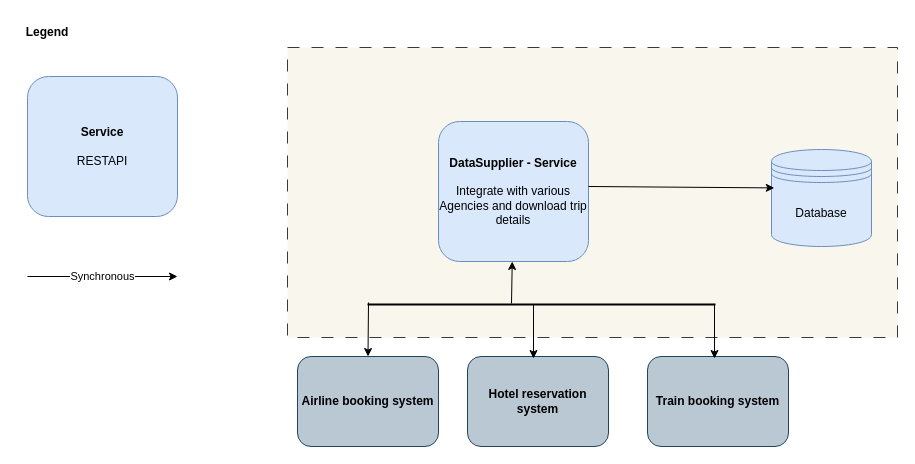
The draw.io diagram diagrams/raw/2.data-supplier.drawio in Orry/CloudeneersArchKata2023, before the edit. Source tidied: cells renumbered, new cells numbered last; positions are measured from the earlier drawing's top-left corner, leaving out a move shared by most shapes. Both pictures are drawn from the tidied source at 100%, with x=0, y=0 at pixel (17, 17).
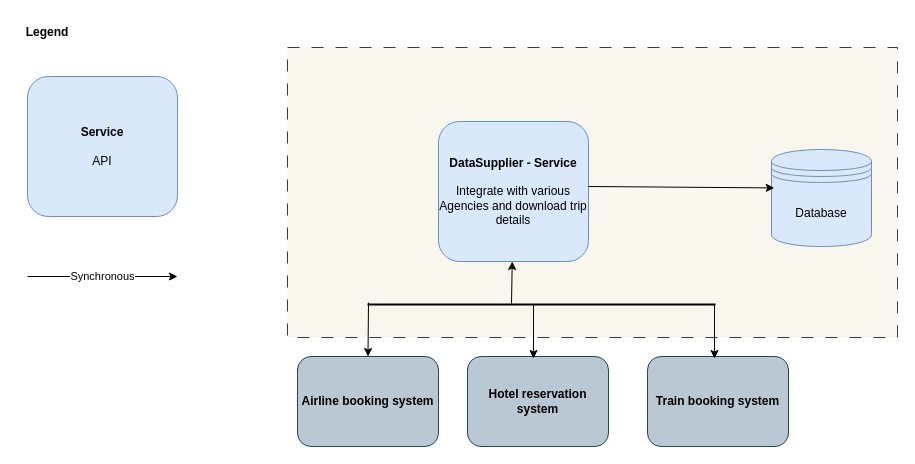
Above is the later version.

Change to the diagram source:
```diff
@@
-    <mxCell id="14" value="&lt;b&gt;Service&lt;/b&gt;&lt;br&gt;&lt;br&gt;RESTAPI" style="rounded=1;whiteSpace=wrap;html=1;fillColor=#dae8fc;strokeColor=#6c8ebf;fontStyle=0;" parent="1" vertex="1">
+    <mxCell id="14" value="&lt;b&gt;Service&lt;/b&gt;&lt;br&gt;&lt;br&gt;API" style="rounded=1;whiteSpace=wrap;html=1;fillColor=#dae8fc;strokeColor=#6c8ebf;fontStyle=0;" parent="1" vertex="1">
       <mxGeometry x="10" y="59" width="150" height="140" as="geometry" />
     </mxCell>
```
